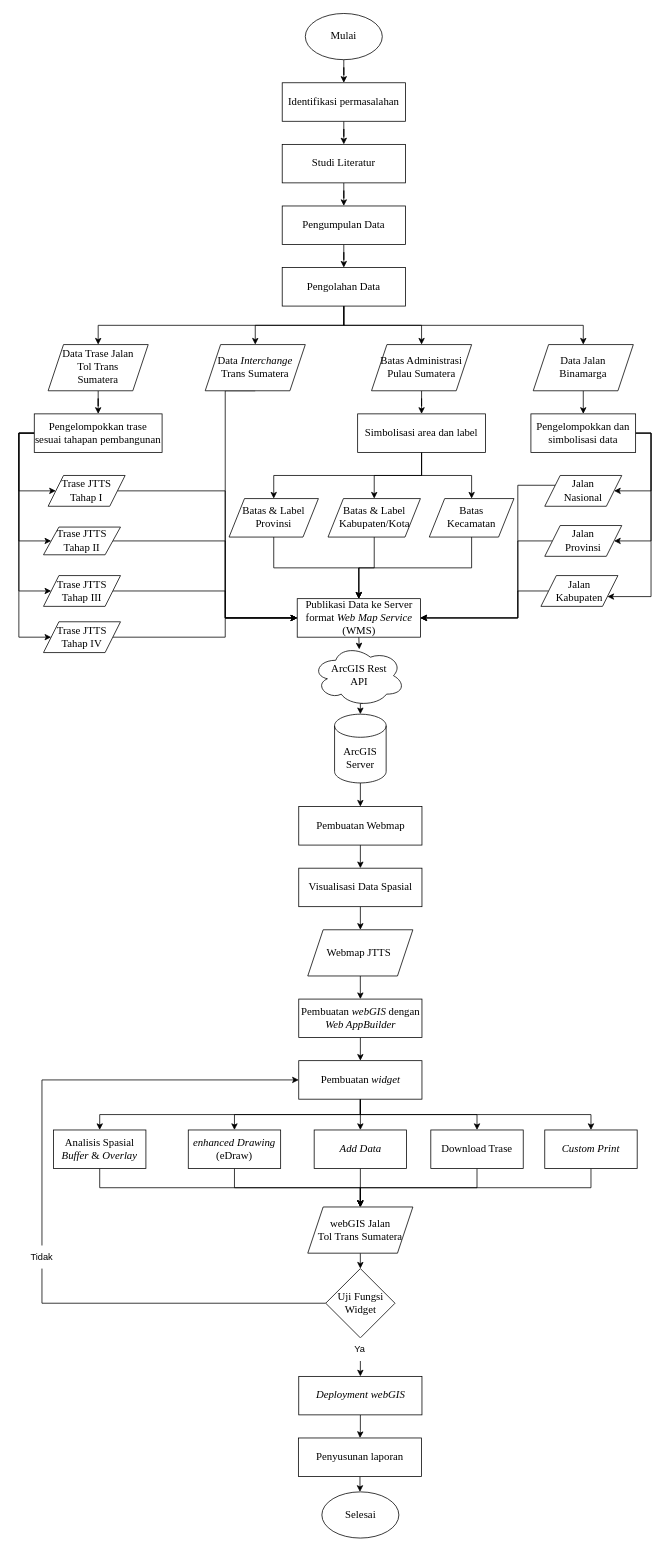
This is proposal PA Dhany-cut.drawio from dhanyyudi/filediagramalir, a draw.io file, before an edit. Source tidied: cells renumbered, new cells numbered last; positions are measured from the earlier drawing's top-left corner, leaving out a move shared by most shapes. Both pictures are drawn from the tidied source at 77%, with x=0, y=0 at pixel (18, 13).
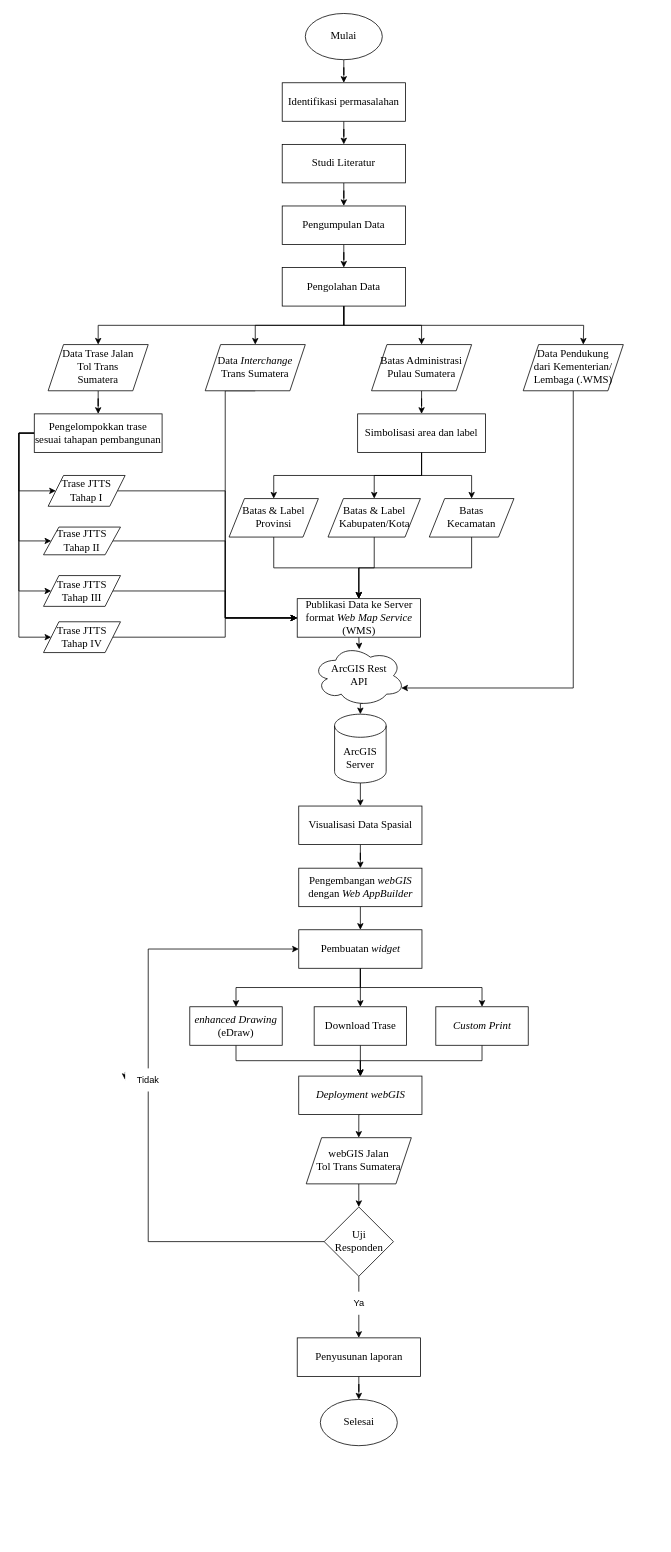
After the change.

The change refers to these unchanged cells:
```xml
<mxCell id="14" value="&lt;font style=&quot;font-size: 14px;&quot;&gt;Pengolahan Data&lt;/font&gt;" style="rounded=0;whiteSpace=wrap;html=1;fontFamily=Times New Roman;" parent="1" vertex="1">
  <mxGeometry x="342" y="330" width="160" height="50" as="geometry" />
</mxCell>
<mxCell id="18" value="&lt;font style=&quot;font-size: 14px;&quot;&gt;Publikasi Data ke Server format &lt;i&gt;Web Map Service&lt;/i&gt; (WMS)&lt;/font&gt;" style="rounded=0;whiteSpace=wrap;html=1;fontFamily=Times New Roman;" parent="1" vertex="1">
  <mxGeometry x="361.5" y="760" width="160" height="50" as="geometry" />
</mxCell>
<mxCell id="20" value="&lt;font face=&quot;Times New Roman&quot; style=&quot;font-size: 14px;&quot;&gt;ArcGIS Server&lt;/font&gt;" style="shape=cylinder3;whiteSpace=wrap;html=1;boundedLbl=1;backgroundOutline=1;size=15;" parent="1" vertex="1">
  <mxGeometry x="410" y="910" width="67" height="89.3" as="geometry" />
</mxCell>
<mxCell id="98" value="&lt;font face=&quot;Times New Roman&quot; style=&quot;font-size: 14px;&quot;&gt;ArcGIS Rest &lt;br&gt;API&lt;/font&gt;" style="ellipse;shape=cloud;whiteSpace=wrap;html=1;" parent="1" vertex="1">
  <mxGeometry x="381.5" y="820" width="120" height="80" as="geometry" />
</mxCell>
```

What changed in the source:
```diff
@@
-    <mxCell id="13" style="edgeStyle=orthogonalEdgeStyle;rounded=0;jettySize=auto;html=1;exitX=0.5;exitY=1;exitDx=0;exitDy=0;entryX=0.5;entryY=0;entryDx=0;entryDy=0;" parent="1" edge="1" source="14" target="44">
-      <mxGeometry relative="1" as="geometry" />
+    <mxCell id="13" style="edgeStyle=orthogonalEdgeStyle;rounded=0;jettySize=auto;html=1;exitX=0.5;exitY=1;exitDx=0;exitDy=0;entryX=0.5;entryY=0;entryDx=0;entryDy=0;" parent="1" edge="1" source="14">
+      <mxGeometry relative="1" as="geometry">
+        <mxPoint x="733" y="430" as="targetPoint" />
+      </mxGeometry>
     </mxCell>
@@
-    <mxCell id="15" style="edgeStyle=orthogonalEdgeStyle;rounded=0;jettySize=auto;html=1;exitX=0.5;exitY=1;exitDx=0;exitDy=0;entryX=0.5;entryY=0;entryDx=0;entryDy=0;" parent="1" edge="1" source="16" target="36">
-      <mxGeometry relative="1" as="geometry" />
+    <mxCell id="15" style="edgeStyle=orthogonalEdgeStyle;rounded=0;jettySize=auto;html=1;exitX=0.5;exitY=1;exitDx=0;exitDy=0;entryX=0.5;entryY=0;entryDx=0;entryDy=0;" parent="1" edge="1" target="36">
+      <mxGeometry relative="1" as="geometry">
+        <mxPoint x="443.5" y="999.3" as="sourcePoint" />
+      </mxGeometry>
     </mxCell>
-    <mxCell id="16" value="&lt;font style=&quot;font-size: 14px;&quot;&gt;Pembuatan Webmap&lt;/font&gt;" style="rounded=0;whiteSpace=wrap;html=1;fontFamily=Times New Roman;" parent="1" vertex="1">
-      <mxGeometry x="363.5" y="1030" width="160" height="50" as="geometry" />
-    </mxCell>
@@
-    <mxCell id="19" style="edgeStyle=orthogonalEdgeStyle;rounded=0;jettySize=auto;html=1;exitX=0.5;exitY=1;exitDx=0;exitDy=0;exitPerimeter=0;entryX=0.5;entryY=0;entryDx=0;entryDy=0;" parent="1" edge="1" source="20" target="16">
-      <mxGeometry relative="1" as="geometry" />
-    </mxCell>
@@
-    <mxCell id="35" style="edgeStyle=orthogonalEdgeStyle;rounded=0;jettySize=auto;html=1;" parent="1" edge="1" source="36" target="38">
-      <mxGeometry relative="1" as="geometry" />
-    </mxCell>
+    <mxCell id="99" style="edgeStyle=orthogonalEdgeStyle;rounded=0;jettySize=auto;html=1;exitX=0.5;exitY=1;exitDx=0;exitDy=0;" parent="1" edge="1" source="36" target="67">
+      <mxGeometry relative="1" as="geometry" />
+    </mxCell>
     <mxCell id="36" value="&lt;span style=&quot;font-size: 14px;&quot;&gt;Visualisasi Data Spasial&lt;/span&gt;" style="rounded=0;whiteSpace=wrap;html=1;fontFamily=Times New Roman;" parent="1" vertex="1">
-      <mxGeometry x="363.5" y="1110" width="160" height="50" as="geometry" />
+      <mxGeometry x="363.5" y="1029.3" width="160" height="50" as="geometry" />
     </mxCell>
-    <mxCell id="37" style="edgeStyle=orthogonalEdgeStyle;rounded=0;jettySize=auto;html=1;exitX=0.5;exitY=1;exitDx=0;exitDy=0;entryX=0.5;entryY=0;entryDx=0;entryDy=0;" parent="1" edge="1" source="38" target="67">
-      <mxGeometry relative="1" as="geometry" />
-    </mxCell>
-    <mxCell id="38" value="&lt;font face=&quot;Times New Roman&quot;&gt;&lt;span style=&quot;font-size: 14px;&quot;&gt;Webmap JTTS&amp;nbsp;&lt;/span&gt;&lt;/font&gt;" style="shape=parallelogram;perimeter=parallelogramPerimeter;whiteSpace=wrap;html=1;fixedSize=1;" parent="1" vertex="1">
-      <mxGeometry x="375.2" y="1190" width="136.5" height="60" as="geometry" />
-    </mxCell>
-    <mxCell id="39" style="edgeStyle=orthogonalEdgeStyle;rounded=0;jettySize=auto;html=1;exitX=1;exitY=0.5;exitDx=0;exitDy=0;entryX=1;entryY=0.5;entryDx=0;entryDy=0;" parent="1" edge="1" source="42" target="52">
-      <mxGeometry relative="1" as="geometry">
-        <Array as="points">
-          <mxPoint x="821" y="545" />
-          <mxPoint x="821" y="620" />
-        </Array>
-      </mxGeometry>
-    </mxCell>
-    <mxCell id="40" style="edgeStyle=orthogonalEdgeStyle;rounded=0;jettySize=auto;html=1;exitX=1;exitY=0.5;exitDx=0;exitDy=0;entryX=1;entryY=0.5;entryDx=0;entryDy=0;" parent="1" edge="1" source="42" target="54">
-      <mxGeometry relative="1" as="geometry">
-        <Array as="points">
-          <mxPoint x="821" y="545" />
-          <mxPoint x="821" y="685" />
-        </Array>
-      </mxGeometry>
-    </mxCell>
-    <mxCell id="41" style="edgeStyle=orthogonalEdgeStyle;rounded=0;jettySize=auto;html=1;exitX=1;exitY=0.5;exitDx=0;exitDy=0;entryX=1;entryY=0.75;entryDx=0;entryDy=0;" parent="1" edge="1" source="42" target="65">
-      <mxGeometry relative="1" as="geometry">
-        <Array as="points">
-          <mxPoint x="821" y="545" />
-          <mxPoint x="821" y="757" />
-        </Array>
-      </mxGeometry>
-    </mxCell>
-    <mxCell id="42" value="&lt;font style=&quot;font-size: 14px;&quot;&gt;Pengelompokkan dan simbolisasi data&lt;/font&gt;" style="rounded=0;whiteSpace=wrap;html=1;fontFamily=Times New Roman;" parent="1" vertex="1">
-      <mxGeometry x="665" y="520" width="136" height="50" as="geometry" />
-    </mxCell>
-    <mxCell id="43" style="edgeStyle=orthogonalEdgeStyle;rounded=0;jettySize=auto;html=1;exitX=0.5;exitY=1;exitDx=0;exitDy=0;entryX=0.5;entryY=0;entryDx=0;entryDy=0;" parent="1" edge="1" source="44" target="42">
-      <mxGeometry relative="1" as="geometry" />
-    </mxCell>
-    <mxCell id="44" value="&lt;font face=&quot;Times New Roman&quot; style=&quot;font-size: 14px;&quot;&gt;Data Jalan &lt;br&gt;Binamarga&lt;/font&gt;" style="shape=parallelogram;perimeter=parallelogramPerimeter;whiteSpace=wrap;html=1;fixedSize=1;" parent="1" vertex="1">
-      <mxGeometry x="668" y="430" width="130" height="60" as="geometry" />
-    </mxCell>
@@
-    <mxCell id="51" style="edgeStyle=orthogonalEdgeStyle;rounded=0;jettySize=auto;html=1;exitX=0;exitY=0.25;exitDx=0;exitDy=0;entryX=1;entryY=0.5;entryDx=0;entryDy=0;" parent="1" edge="1" source="52" target="18">
-      <mxGeometry relative="1" as="geometry">
-        <Array as="points">
-          <mxPoint x="648" y="613" />
-          <mxPoint x="648" y="785" />
-        </Array>
-      </mxGeometry>
-    </mxCell>
-    <mxCell id="52" value="&lt;font face=&quot;Times New Roman&quot;&gt;&lt;span style=&quot;font-size: 14px;&quot;&gt;Jalan &lt;br&gt;Nasional&lt;/span&gt;&lt;/font&gt;" style="shape=parallelogram;perimeter=parallelogramPerimeter;whiteSpace=wrap;html=1;fixedSize=1;" parent="1" vertex="1">
-      <mxGeometry x="683" y="600" width="100" height="40" as="geometry" />
-    </mxCell>
-    <mxCell id="53" style="edgeStyle=orthogonalEdgeStyle;rounded=0;jettySize=auto;html=1;exitX=0;exitY=0.5;exitDx=0;exitDy=0;entryX=1;entryY=0.5;entryDx=0;entryDy=0;" parent="1" edge="1" source="54" target="18">
-      <mxGeometry relative="1" as="geometry">
-        <Array as="points">
-          <mxPoint x="648" y="685" />
-          <mxPoint x="648" y="785" />
-        </Array>
-      </mxGeometry>
-    </mxCell>
-    <mxCell id="54" value="&lt;font face=&quot;Times New Roman&quot;&gt;&lt;span style=&quot;font-size: 14px;&quot;&gt;Jalan &lt;br&gt;Provinsi&lt;/span&gt;&lt;/font&gt;" style="shape=parallelogram;perimeter=parallelogramPerimeter;whiteSpace=wrap;html=1;fixedSize=1;" parent="1" vertex="1">
-      <mxGeometry x="683" y="665" width="100" height="40" as="geometry" />
-    </mxCell>
@@
-    <mxCell id="64" style="edgeStyle=orthogonalEdgeStyle;rounded=0;jettySize=auto;html=1;exitX=0;exitY=0.5;exitDx=0;exitDy=0;entryX=1;entryY=0.5;entryDx=0;entryDy=0;" parent="1" edge="1" source="65" target="18">
-      <mxGeometry relative="1" as="geometry">
-        <Array as="points">
-          <mxPoint x="648" y="750" />
-          <mxPoint x="648" y="785" />
-        </Array>
-      </mxGeometry>
-    </mxCell>
-    <mxCell id="65" value="&lt;font face=&quot;Times New Roman&quot;&gt;&lt;span style=&quot;font-size: 14px;&quot;&gt;Jalan &lt;br&gt;Kabupaten&lt;/span&gt;&lt;/font&gt;" style="shape=parallelogram;perimeter=parallelogramPerimeter;whiteSpace=wrap;html=1;fixedSize=1;" parent="1" vertex="1">
-      <mxGeometry x="678" y="730" width="100" height="40" as="geometry" />
-    </mxCell>
@@
-    <mxCell id="67" value="&lt;font style=&quot;font-size: 14px;&quot;&gt;Pembuatan &lt;i&gt;webGIS&lt;/i&gt; dengan &lt;i&gt;Web AppBuilder&lt;/i&gt;&lt;/font&gt;" style="rounded=0;whiteSpace=wrap;html=1;fontFamily=Times New Roman;" parent="1" vertex="1">
-      <mxGeometry x="363.5" y="1280" width="160" height="50" as="geometry" />
+    <mxCell id="67" value="&lt;font style=&quot;font-size: 14px;&quot;&gt;Pengembangan&amp;nbsp;&lt;i&gt;webGIS&lt;/i&gt; dengan &lt;i&gt;Web AppBuilder&lt;/i&gt;&lt;/font&gt;" style="rounded=0;whiteSpace=wrap;html=1;fontFamily=Times New Roman;" parent="1" vertex="1">
+      <mxGeometry x="363.5" y="1110" width="160" height="50" as="geometry" />
     </mxCell>
-    <mxCell id="68" style="edgeStyle=orthogonalEdgeStyle;rounded=0;jettySize=auto;html=1;exitX=0.5;exitY=1;exitDx=0;exitDy=0;entryX=0.5;entryY=0;entryDx=0;entryDy=0;" parent="1" edge="1" source="73" target="79">
-      <mxGeometry relative="1" as="geometry" />
-    </mxCell>
-    <mxCell id="69" style="edgeStyle=orthogonalEdgeStyle;rounded=0;jettySize=auto;html=1;exitX=0.5;exitY=1;exitDx=0;exitDy=0;" parent="1" edge="1" source="73" target="75">
-      <mxGeometry relative="1" as="geometry" />
-    </mxCell>
+    <mxCell id="71" style="edgeStyle=orthogonalEdgeStyle;rounded=0;jettySize=auto;html=1;exitX=0.5;exitY=1;exitDx=0;exitDy=0;entryX=0.5;entryY=0;entryDx=0;entryDy=0;" parent="1" edge="1" source="73" target="81">
+      <mxGeometry relative="1" as="geometry" />
+    </mxCell>
-    <mxCell id="70" style="edgeStyle=orthogonalEdgeStyle;rounded=0;jettySize=auto;html=1;exitX=0.5;exitY=1;exitDx=0;exitDy=0;" parent="1" edge="1" source="73" target="77">
+    <mxCell id="70" style="edgeStyle=orthogonalEdgeStyle;rounded=0;jettySize=auto;html=1;exitX=0.5;exitY=1;exitDx=0;exitDy=0;entryX=0.5;entryY=0;entryDx=0;entryDy=0;" parent="1" edge="1" source="73" target="77">
       <mxGeometry relative="1" as="geometry" />
     </mxCell>
-    <mxCell id="71" style="edgeStyle=orthogonalEdgeStyle;rounded=0;jettySize=auto;html=1;exitX=0.5;exitY=1;exitDx=0;exitDy=0;" parent="1" edge="1" source="73" target="81">
-      <mxGeometry relative="1" as="geometry" />
-    </mxCell>
@@
     <mxCell id="73" value="&lt;font style=&quot;font-size: 14px;&quot;&gt;Pembuatan &lt;i&gt;widget&lt;/i&gt;&lt;/font&gt;" style="rounded=0;whiteSpace=wrap;html=1;fontFamily=Times New Roman;" parent="1" vertex="1">
-      <mxGeometry x="363.5" y="1360" width="160" height="50" as="geometry" />
+      <mxGeometry x="363.5" y="1190" width="160" height="50" as="geometry" />
     </mxCell>
-    <mxCell id="74" style="edgeStyle=orthogonalEdgeStyle;rounded=0;jettySize=auto;html=1;exitX=0.5;exitY=1;exitDx=0;exitDy=0;" parent="1" edge="1" source="75" target="90">
-      <mxGeometry relative="1" as="geometry" />
-    </mxCell>
-    <mxCell id="75" value="&lt;font style=&quot;font-size: 14px;&quot;&gt;Analisis Spasial &lt;i&gt;Buffer&lt;/i&gt; &amp;amp; &lt;i&gt;Overlay&lt;/i&gt;&lt;/font&gt;" style="rounded=0;whiteSpace=wrap;html=1;fontFamily=Times New Roman;" parent="1" vertex="1">
-      <mxGeometry x="45" y="1450" width="120" height="50" as="geometry" />
-    </mxCell>
-    <mxCell id="76" style="edgeStyle=orthogonalEdgeStyle;rounded=0;jettySize=auto;html=1;exitX=0.5;exitY=1;exitDx=0;exitDy=0;" parent="1" edge="1" source="77" target="90">
-      <mxGeometry relative="1" as="geometry" />
-    </mxCell>
+    <mxCell id="100" style="edgeStyle=orthogonalEdgeStyle;rounded=0;jettySize=auto;html=1;exitX=0.5;exitY=1;exitDx=0;exitDy=0;" parent="1" edge="1" source="77" target="88">
+      <mxGeometry relative="1" as="geometry" />
+    </mxCell>
     <mxCell id="77" value="&lt;span style=&quot;font-size: 14px;&quot;&gt;&lt;i&gt;enhanced Drawing&lt;/i&gt; (eDraw)&lt;/span&gt;" style="rounded=0;whiteSpace=wrap;html=1;fontFamily=Times New Roman;" parent="1" vertex="1">
-      <mxGeometry x="220" y="1450" width="120" height="50" as="geometry" />
+      <mxGeometry x="222" y="1290" width="120" height="50" as="geometry" />
     </mxCell>
-    <mxCell id="78" style="edgeStyle=orthogonalEdgeStyle;rounded=0;jettySize=auto;html=1;exitX=0.5;exitY=1;exitDx=0;exitDy=0;entryX=0.5;entryY=0;entryDx=0;entryDy=0;" parent="1" edge="1" source="79" target="90">
-      <mxGeometry relative="1" as="geometry" />
-    </mxCell>
-    <mxCell id="79" value="&lt;span style=&quot;font-size: 14px;&quot;&gt;&lt;i&gt;Add Data&lt;/i&gt;&lt;/span&gt;" style="rounded=0;whiteSpace=wrap;html=1;fontFamily=Times New Roman;" parent="1" vertex="1">
-      <mxGeometry x="383.5" y="1450" width="120" height="50" as="geometry" />
-    </mxCell>
-    <mxCell id="80" style="edgeStyle=orthogonalEdgeStyle;rounded=0;jettySize=auto;html=1;exitX=0.5;exitY=1;exitDx=0;exitDy=0;entryX=0.5;entryY=0;entryDx=0;entryDy=0;" parent="1" edge="1" source="81" target="90">
-      <mxGeometry relative="1" as="geometry" />
-    </mxCell>
+    <mxCell id="101" style="edgeStyle=orthogonalEdgeStyle;rounded=0;jettySize=auto;html=1;exitX=0.5;exitY=1;exitDx=0;exitDy=0;entryX=0.5;entryY=0;entryDx=0;entryDy=0;" parent="1" edge="1" source="81" target="88">
+      <mxGeometry relative="1" as="geometry" />
+    </mxCell>
     <mxCell id="81" value="&lt;span style=&quot;font-size: 14px;&quot;&gt;Download Trase&lt;/span&gt;" style="rounded=0;whiteSpace=wrap;html=1;fontFamily=Times New Roman;" parent="1" vertex="1">
-      <mxGeometry x="535" y="1450" width="120" height="50" as="geometry" />
+      <mxGeometry x="383.5" y="1290" width="120" height="50" as="geometry" />
     </mxCell>
-    <mxCell id="82" style="edgeStyle=orthogonalEdgeStyle;rounded=0;jettySize=auto;html=1;exitX=0.5;exitY=1;exitDx=0;exitDy=0;entryX=0.5;entryY=0;entryDx=0;entryDy=0;" parent="1" edge="1" source="83" target="90">
-      <mxGeometry relative="1" as="geometry" />
-    </mxCell>
+    <mxCell id="102" style="edgeStyle=orthogonalEdgeStyle;rounded=0;jettySize=auto;html=1;exitX=0.5;exitY=1;exitDx=0;exitDy=0;entryX=0.5;entryY=0;entryDx=0;entryDy=0;" parent="1" edge="1" source="83" target="88">
+      <mxGeometry relative="1" as="geometry" />
+    </mxCell>
     <mxCell id="83" value="&lt;span style=&quot;font-size: 14px;&quot;&gt;&lt;i&gt;Custom Print&lt;/i&gt;&lt;/span&gt;" style="rounded=0;whiteSpace=wrap;html=1;fontFamily=Times New Roman;" parent="1" vertex="1">
-      <mxGeometry x="683" y="1450" width="120" height="50" as="geometry" />
+      <mxGeometry x="541.5" y="1290" width="120" height="50" as="geometry" />
     </mxCell>
-    <mxCell id="84" style="edgeStyle=orthogonalEdgeStyle;rounded=0;jettySize=auto;html=1;exitX=0;exitY=0.5;exitDx=0;exitDy=0;entryX=0;entryY=0.5;entryDx=0;entryDy=0;" parent="1" edge="1" source="86" target="73">
+    <mxCell id="84" style="edgeStyle=orthogonalEdgeStyle;rounded=0;jettySize=auto;html=1;exitX=0;exitY=0.5;exitDx=0;exitDy=0;entryX=0;entryY=0.5;entryDx=0;entryDy=0;" parent="1" edge="1" source="94" target="73">
       <mxGeometry relative="1" as="geometry">
         <Array as="points">
-          <mxPoint x="30" y="1675" />
-          <mxPoint x="30" y="1385" />
+          <mxPoint x="168" y="1215" />
         </Array>
       </mxGeometry>
     </mxCell>
-    <mxCell id="85" style="edgeStyle=orthogonalEdgeStyle;rounded=0;jettySize=auto;html=1;" parent="1" edge="1" source="86" target="88">
-      <mxGeometry relative="1" as="geometry" />
-    </mxCell>
+    <mxCell id="103" style="edgeStyle=orthogonalEdgeStyle;rounded=0;jettySize=auto;html=1;exitX=0.5;exitY=1;exitDx=0;exitDy=0;entryX=0.5;entryY=0;entryDx=0;entryDy=0;" parent="1" edge="1" source="86" target="96">
+      <mxGeometry relative="1" as="geometry" />
+    </mxCell>
-    <mxCell id="86" value="&lt;font face=&quot;Times New Roman&quot; style=&quot;font-size: 14px;&quot;&gt;Uji Fungsi Widget&lt;/font&gt;" style="rhombus;whiteSpace=wrap;html=1;" parent="1" vertex="1">
-      <mxGeometry x="398.5" y="1630" width="90" height="90" as="geometry" />
+    <mxCell id="86" value="&lt;font face=&quot;Times New Roman&quot; style=&quot;font-size: 14px;&quot;&gt;Uji &lt;br&gt;Responden&lt;/font&gt;" style="rhombus;whiteSpace=wrap;html=1;" parent="1" vertex="1">
+      <mxGeometry x="396.5" y="1550" width="90" height="90" as="geometry" />
     </mxCell>
-    <mxCell id="87" style="edgeStyle=orthogonalEdgeStyle;rounded=0;jettySize=auto;html=1;" parent="1" edge="1" source="88" target="96">
-      <mxGeometry relative="1" as="geometry" />
-    </mxCell>
+    <mxCell id="104" style="edgeStyle=orthogonalEdgeStyle;rounded=0;jettySize=auto;html=1;exitX=0.5;exitY=1;exitDx=0;exitDy=0;entryX=0.5;entryY=0;entryDx=0;entryDy=0;" parent="1" edge="1" source="88" target="90">
+      <mxGeometry relative="1" as="geometry" />
+    </mxCell>
     <mxCell id="88" value="&lt;font style=&quot;font-size: 14px;&quot;&gt;&lt;i&gt;Deployment webGIS&lt;/i&gt;&lt;/font&gt;" style="rounded=0;whiteSpace=wrap;html=1;fontFamily=Times New Roman;" parent="1" vertex="1">
-      <mxGeometry x="363.5" y="1770" width="160" height="50" as="geometry" />
+      <mxGeometry x="363.5" y="1380" width="160" height="50" as="geometry" />
     </mxCell>
@@
     <mxCell id="90" value="&lt;font face=&quot;Times New Roman&quot;&gt;&lt;span style=&quot;font-size: 14px;&quot;&gt;webGIS Jalan &lt;br&gt;Tol Trans Sumatera&lt;/span&gt;&lt;/font&gt;" style="shape=parallelogram;perimeter=parallelogramPerimeter;whiteSpace=wrap;html=1;fixedSize=1;" parent="1" vertex="1">
-      <mxGeometry x="375.2" y="1550" width="136.5" height="60" as="geometry" />
+      <mxGeometry x="373.2" y="1460" width="136.5" height="60" as="geometry" />
     </mxCell>
@@
     <mxCell id="92" value="&lt;font face=&quot;Times New Roman&quot; style=&quot;font-size: 14px;&quot;&gt;Selesai&lt;/font&gt;" style="ellipse;whiteSpace=wrap;html=1;" parent="1" vertex="1">
-      <mxGeometry x="393.5" y="1920" width="100" height="60" as="geometry" />
+      <mxGeometry x="391.5" y="1800" width="100" height="60" as="geometry" />
     </mxCell>
     <mxCell id="93" value="Ya" style="text;html=1;strokeColor=none;fillColor=default;align=center;verticalAlign=middle;whiteSpace=wrap;rounded=0;" parent="1" vertex="1">
-      <mxGeometry x="413" y="1720" width="60" height="30" as="geometry" />
+      <mxGeometry x="411.5" y="1660" width="60" height="30" as="geometry" />
     </mxCell>
-    <mxCell id="94" value="Tidak" style="text;html=1;strokeColor=none;fillColor=default;align=center;verticalAlign=middle;whiteSpace=wrap;rounded=0;" parent="1" vertex="1">
-      <mxGeometry y="1600" width="60" height="30" as="geometry" />
-    </mxCell>
@@
     <mxCell id="96" value="&lt;font style=&quot;font-size: 14px;&quot;&gt;Penyusunan laporan&lt;/font&gt;" style="rounded=0;whiteSpace=wrap;html=1;fontFamily=Times New Roman;" parent="1" vertex="1">
-      <mxGeometry x="363" y="1850" width="160" height="50" as="geometry" />
+      <mxGeometry x="361.5" y="1720" width="160" height="50" as="geometry" />
     </mxCell>
@@
+    <mxCell id="105" style="edgeStyle=orthogonalEdgeStyle;rounded=0;jettySize=auto;html=1;exitX=0.5;exitY=1;exitDx=0;exitDy=0;entryX=0.96;entryY=0.7;entryDx=0;entryDy=0;entryPerimeter=0;" parent="1" edge="1" source="106" target="98">
+      <mxGeometry relative="1" as="geometry">
+        <Array as="points">
+          <mxPoint x="720" y="876" />
+        </Array>
+      </mxGeometry>
+    </mxCell>
+    <mxCell id="106" value="&lt;font face=&quot;Times New Roman&quot; style=&quot;font-size: 14px;&quot;&gt;Data Pendukung &lt;br&gt;dari Kementerian/&lt;br&gt;Lembaga (.WMS)&lt;/font&gt;" style="shape=parallelogram;perimeter=parallelogramPerimeter;whiteSpace=wrap;html=1;fixedSize=1;" parent="1" vertex="1">
+      <mxGeometry x="655" y="430" width="130" height="60" as="geometry" />
+    </mxCell>
+    <mxCell id="107" style="edgeStyle=orthogonalEdgeStyle;rounded=0;jettySize=auto;html=1;exitX=0;exitY=0.5;exitDx=0;exitDy=0;entryX=0;entryY=0.5;entryDx=0;entryDy=0;" parent="1" edge="1" source="86" target="94">
+      <mxGeometry relative="1" as="geometry">
+        <Array as="points">
+          <mxPoint x="168" y="1595" />
+          <mxPoint x="168" y="1375" />
+        </Array>
+      </mxGeometry>
+    </mxCell>
+    <mxCell id="94" value="Tidak" style="text;html=1;strokeColor=none;fillColor=default;align=center;verticalAlign=middle;whiteSpace=wrap;rounded=0;" parent="1" vertex="1">
+      <mxGeometry x="138" y="1370" width="60" height="30" as="geometry" />
+    </mxCell>
```
